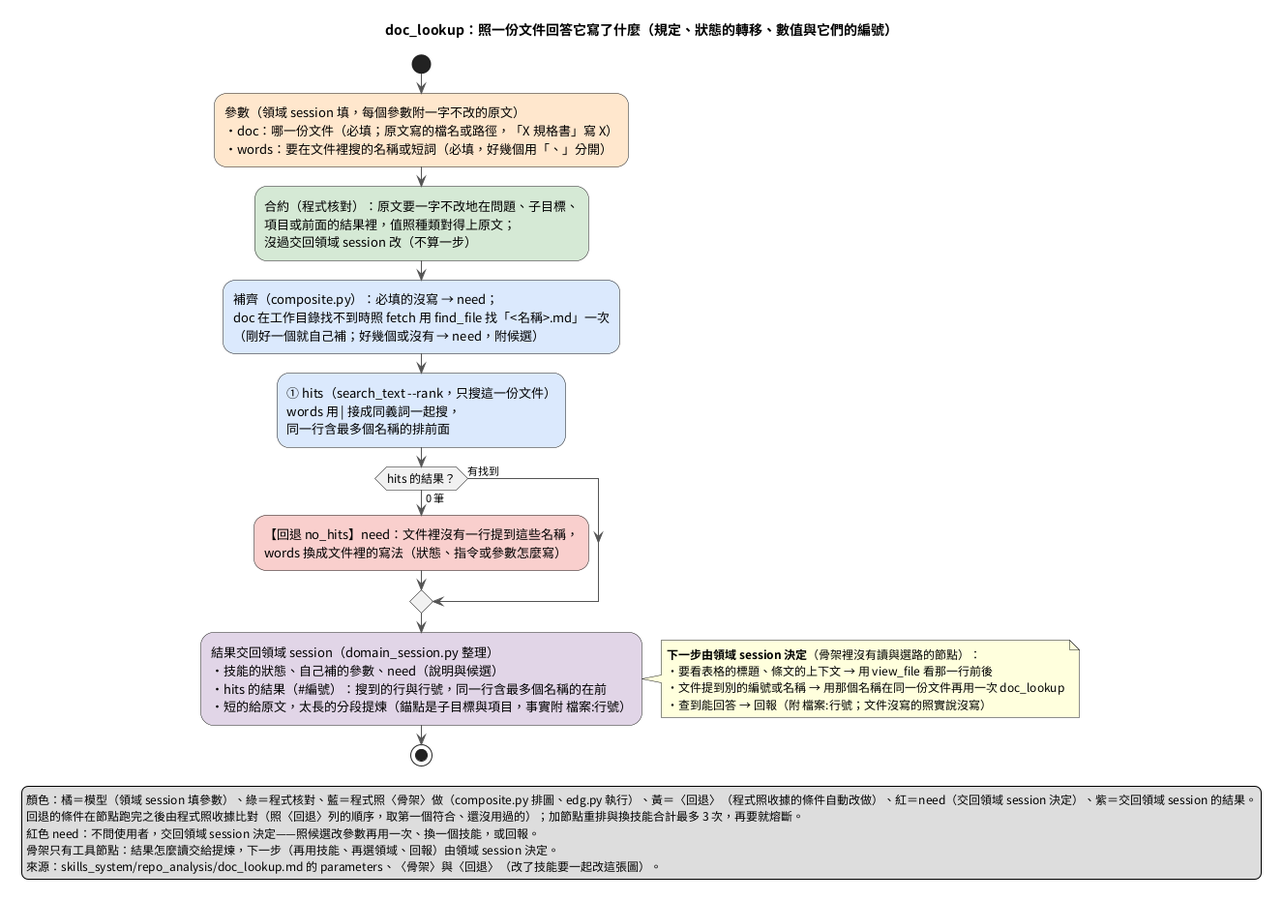
This is doc/images/複合技能_doc_lookup.png from DavidZox/Coding_agnet, a PlantUML export, as it was before one commit.
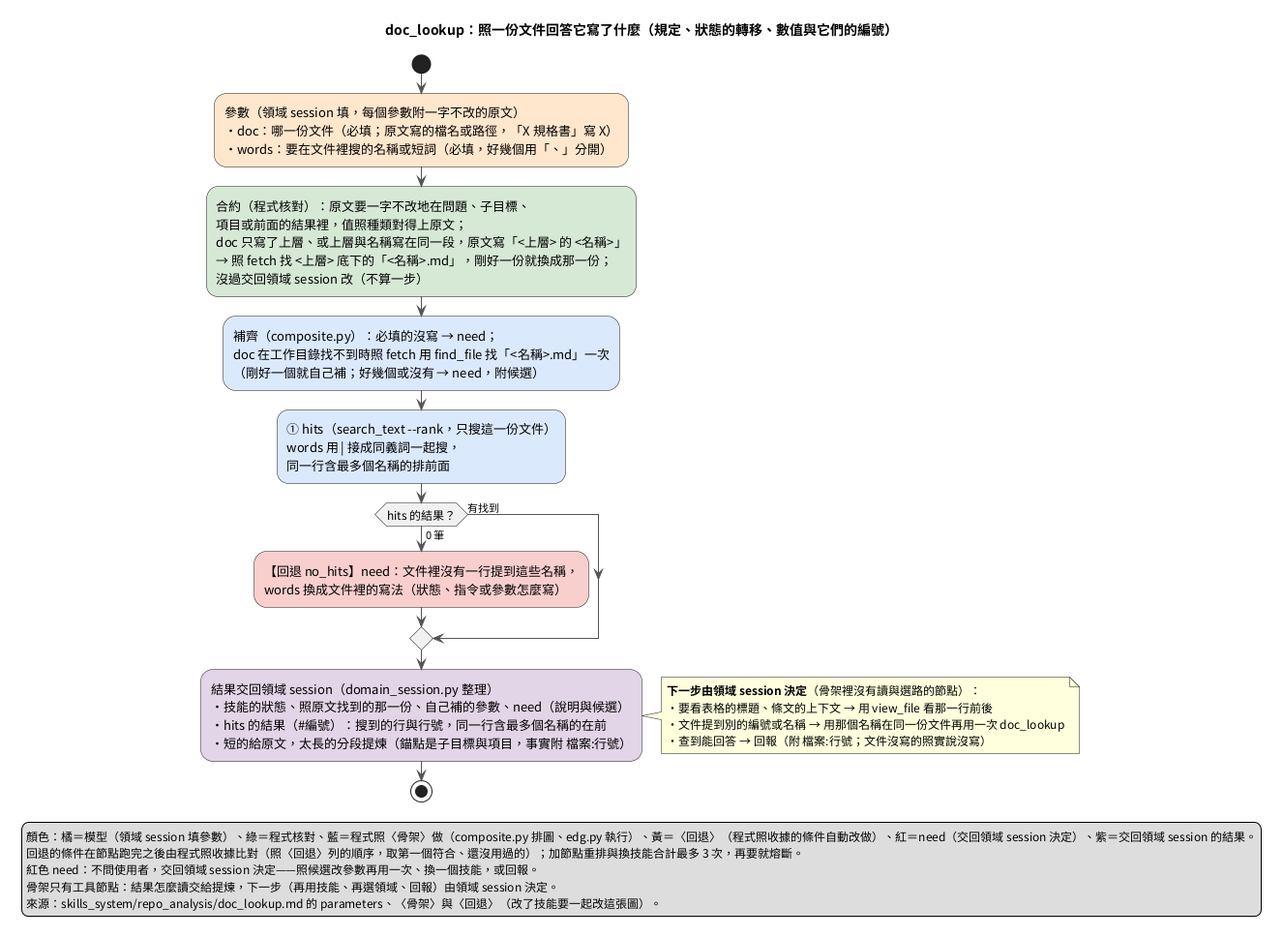
The same file after the commit.

What changed in the source:
```diff
@@ -14,6 +14,8 @@
 ・words：要在文件裡搜的名稱或短詞（必填，好幾個用「、」分開）; <<#FFE6CC>>
 :合約（程式核對）：原文要一字不改地在問題、子目標、
 項目或前面的結果裡，值照種類對得上原文；
+doc 只寫了上層、或上層與名稱寫在同一段，原文寫「<上層> 的 <名稱>」
+→ 照 fetch 找 <上層> 底下的「<名稱>.md」，剛好一份就換成那一份；
 沒過交回領域 session 改（不算一步）; <<#D5E8D4>>
 :補齊（composite.py）：必填的沒寫 → need；
 doc 在工作目錄找不到時照 fetch 用 find_file 找「<名稱>.md」一次
@@ -27,7 +29,7 @@
 else (有找到)
 endif
 :結果交回領域 session（domain_session.py 整理）
-・技能的狀態、自己補的參數、need（說明與候選）
+・技能的狀態、照原文找到的那一份、自己補的參數、need（說明與候選）
 ・hits 的結果（#編號）：搜到的行與行號，同一行含最多個名稱的在前
 ・短的給原文，太長的分段提煉（錨點是子目標與項目，事實附 檔案:行號）; <<#E1D5E7>>
 note right
```
